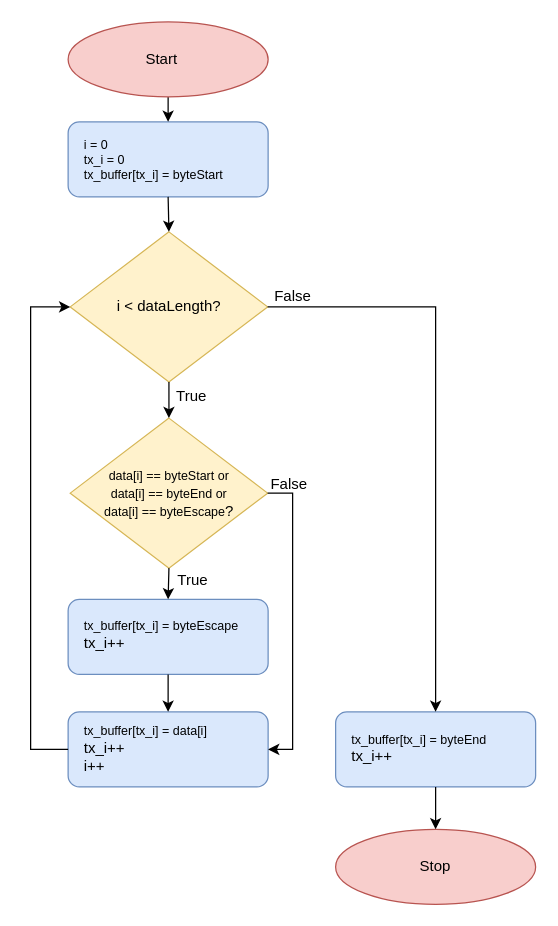
AdamStork/dipterv keeps this draw.io diagram as drawIO/link_write.drawio. Above is the earlier version. Source tidied: cells renumbered, new cells numbered last; positions are measured from the earlier drawing's top-left corner, leaving out a move shared by most shapes. Both pictures are drawn from the tidied source at 125%, with x=0, y=0 at pixel (30, 21).
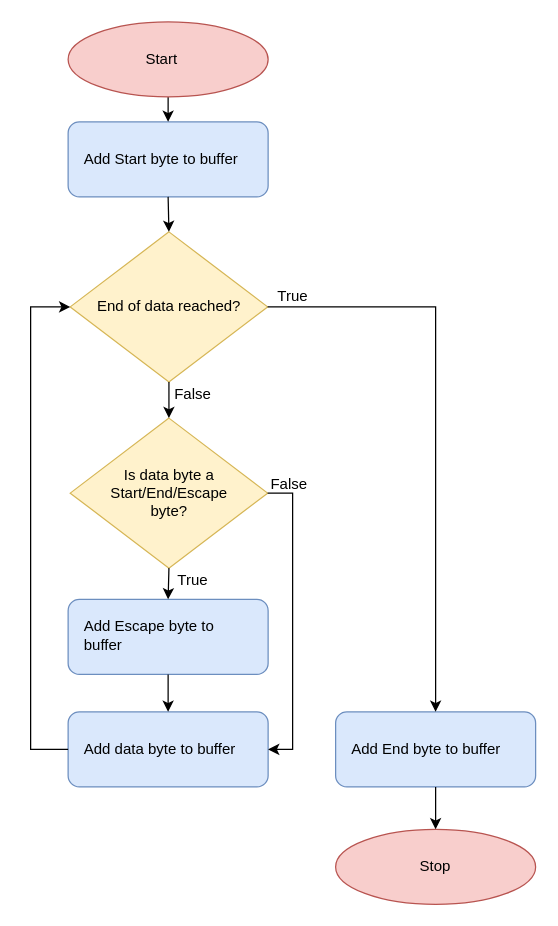
Above is the later version.

Commit message (it also covers changes not shown here):
byte stuffing and communication drawIO updated.

The change refers to these unchanged cells:
```xml
<mxCell id="2" style="group;" parent="1" vertex="1">
  <mxGeometry x="30" y="80" width="160" height="60" as="geometry" />
</mxCell>
<mxCell id="5" style="group;" parent="1" vertex="1">
  <mxGeometry x="58" y="317" width="200" height="120" as="geometry" />
</mxCell>
<mxCell id="10" style="group;rounded=0;" parent="9" vertex="1">
  <mxGeometry width="160" height="60" as="geometry" />
</mxCell>
<mxCell id="14" style="group;rounded=0;" parent="13" vertex="1">
  <mxGeometry width="160" height="60" as="geometry" />
</mxCell>
<mxCell id="18" style="group;rounded=0;" parent="17" vertex="1">
  <mxGeometry width="160" height="60" as="geometry" />
</mxCell>
<mxCell id="21" style="group;" parent="1" vertex="1">
  <mxGeometry x="58" y="168" width="200" height="120" as="geometry" />
</mxCell>
```

What changed in the source:
```diff
@@
-    <mxCell id="4" value="&lt;div style=&quot;font-size: 10px&quot; align=&quot;left&quot;&gt;&lt;font style=&quot;font-size: 10px&quot;&gt;i = 0&lt;/font&gt;&lt;/div&gt;&lt;div style=&quot;font-size: 10px&quot; align=&quot;left&quot;&gt;&lt;font style=&quot;font-size: 10px&quot;&gt;tx_i = 0&lt;/font&gt;&lt;/div&gt;&lt;div style=&quot;font-size: 10px&quot; align=&quot;left&quot;&gt;&lt;font style=&quot;font-size: 10px&quot;&gt;tx_buffer[tx_i] = byteStart&lt;br&gt;&lt;/font&gt;&lt;/div&gt;" style="text;html=1;strokeColor=none;fillColor=none;align=left;verticalAlign=middle;whiteSpace=wrap;rounded=0;shadow=0;" parent="2" vertex="1">
+    <mxCell id="4" value="Add Start byte to buffer" style="text;html=1;strokeColor=none;fillColor=none;align=left;verticalAlign=middle;whiteSpace=wrap;rounded=0;shadow=0;" parent="2" vertex="1">
       <mxGeometry x="10.7" y="10" width="136" height="40" as="geometry" />
     </mxCell>
@@
-    <mxCell id="7" value="&lt;div&gt;&lt;font style=&quot;font-size: 10px&quot;&gt;data[i] == byteStart or&lt;br&gt;&lt;/font&gt;&lt;/div&gt;&lt;div&gt;&lt;font style=&quot;font-size: 10px&quot;&gt;data[i] == byteEnd or&lt;br&gt;&lt;/font&gt;&lt;/div&gt;&lt;div&gt;&lt;font style=&quot;font-size: 10px&quot;&gt;data[i] == byteEscape&lt;/font&gt;?&lt;/div&gt;" style="text;html=1;strokeColor=none;fillColor=none;align=center;verticalAlign=middle;whiteSpace=wrap;rounded=0;" parent="5" vertex="1">
+    <mxCell id="7" value="Is data byte a Start/End/Escape byte?" style="text;html=1;strokeColor=none;fillColor=none;align=center;verticalAlign=middle;whiteSpace=wrap;rounded=0;" parent="5" vertex="1">
       <mxGeometry x="-10.5" y="15" width="126.3" height="90" as="geometry" />
     </mxCell>
@@
-    <mxCell id="12" value="&lt;div style=&quot;font-size: 10px&quot; align=&quot;left&quot;&gt;&lt;font style=&quot;font-size: 10px&quot;&gt;tx_buffer[tx_i] = byteEscape&lt;br&gt;&lt;/font&gt;&lt;/div&gt;&lt;div&gt;tx_i++&lt;br&gt;&lt;/div&gt;" style="text;html=1;strokeColor=none;fillColor=none;align=left;verticalAlign=middle;whiteSpace=wrap;rounded=0;" parent="10" vertex="1">
+    <mxCell id="12" value="&lt;div&gt;Add Escape byte to buffer&lt;/div&gt;" style="text;html=1;strokeColor=none;fillColor=none;align=left;verticalAlign=middle;whiteSpace=wrap;rounded=0;" parent="10" vertex="1">
       <mxGeometry x="10.7" y="11" width="136" height="40" as="geometry" />
     </mxCell>
@@
-    <mxCell id="16" value="&lt;div style=&quot;font-size: 10px&quot; align=&quot;left&quot;&gt;&lt;font style=&quot;font-size: 10px&quot;&gt;tx_buffer[tx_i] = data[i]&lt;br&gt;&lt;/font&gt;&lt;/div&gt;&lt;div&gt;tx_i++&lt;/div&gt;&lt;div&gt;i++&lt;br&gt;&lt;/div&gt;" style="text;html=1;strokeColor=none;fillColor=none;align=left;verticalAlign=middle;whiteSpace=wrap;rounded=0;" parent="14" vertex="1">
+    <mxCell id="16" value="&lt;div&gt;Add data byte to buffer&lt;/div&gt;" style="text;html=1;strokeColor=none;fillColor=none;align=left;verticalAlign=middle;whiteSpace=wrap;rounded=0;" parent="14" vertex="1">
       <mxGeometry x="10.7" y="10" width="136" height="40" as="geometry" />
     </mxCell>
@@
-    <mxCell id="20" value="&lt;div style=&quot;font-size: 10px&quot; align=&quot;left&quot;&gt;&lt;font style=&quot;font-size: 10px&quot;&gt;tx_buffer[tx_i] = byteEnd&lt;/font&gt;&lt;/div&gt;&lt;div&gt;tx_i++&lt;br&gt;&lt;/div&gt;" style="text;html=1;strokeColor=none;fillColor=none;align=left;verticalAlign=middle;whiteSpace=wrap;rounded=0;" parent="18" vertex="1">
+    <mxCell id="20" value="&lt;div&gt;Add End byte to buffer&lt;br&gt;&lt;/div&gt;" style="text;html=1;strokeColor=none;fillColor=none;align=left;verticalAlign=middle;whiteSpace=wrap;rounded=0;" parent="18" vertex="1">
       <mxGeometry x="10.7" y="10" width="136" height="40" as="geometry" />
     </mxCell>
@@
-    <mxCell id="23" value="i &amp;lt; dataLength?" style="text;html=1;strokeColor=none;fillColor=none;align=center;verticalAlign=middle;whiteSpace=wrap;rounded=0;" parent="21" vertex="1">
+    <mxCell id="23" value="End of data reached?" style="text;html=1;strokeColor=none;fillColor=none;align=center;verticalAlign=middle;whiteSpace=wrap;rounded=0;" parent="21" vertex="1">
       <mxGeometry x="-10.5" y="15" width="126.3" height="90" as="geometry" />
     </mxCell>
-    <mxCell id="24" value="False" style="text;html=1;strokeColor=none;fillColor=none;align=center;verticalAlign=middle;whiteSpace=wrap;rounded=0;" parent="21" vertex="1">
-      <mxGeometry x="131.6" y="42" width="40" height="20" as="geometry" />
-    </mxCell>
+    <mxCell id="40" value="True" style="text;html=1;strokeColor=none;fillColor=none;align=center;verticalAlign=middle;whiteSpace=wrap;rounded=0;" parent="21" vertex="1">
+      <mxGeometry x="131.6" y="42" width="40" height="20" as="geometry" />
+    </mxCell>
@@
-    <mxCell id="40" value="True" style="text;html=1;strokeColor=none;fillColor=none;align=center;verticalAlign=middle;whiteSpace=wrap;rounded=0;" parent="1" vertex="1">
-      <mxGeometry x="109" y="290" width="40" height="20" as="geometry" />
-    </mxCell>
@@
+    <mxCell id="24" value="False" style="text;html=1;strokeColor=none;fillColor=none;align=center;verticalAlign=middle;whiteSpace=wrap;rounded=0;" parent="1" vertex="1">
+      <mxGeometry x="110" y="288" width="40" height="20" as="geometry" />
+    </mxCell>
```
